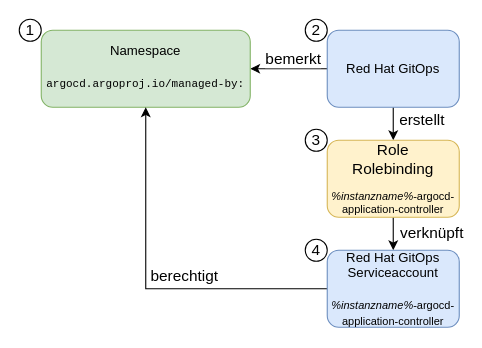
Before: page "Berechtigungsprozess" (2 of 3) of pictures/oneargo.drawio in saschasgit/rh-gitops_and_namespaces, a draw.io diagram. Source tidied: cells renumbered, new cells numbered last; positions are measured from the earlier drawing's top-left corner, leaving out a move shared by most shapes. Both pictures are drawn from the tidied source at 110%, with x=0, y=0 at pixel (19, 19).
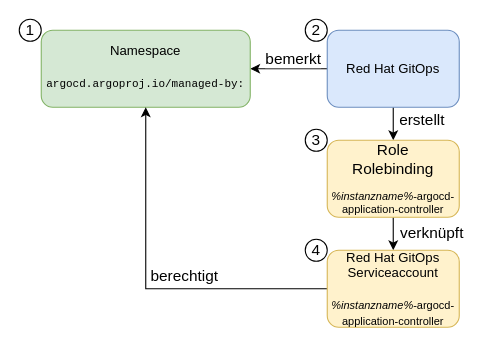
The same diagram, later.

The edit, as a diff of the source:
```diff
@@
-    <mxCell id="13" value="Red Hat GitOps&lt;br&gt;Serviceaccount&lt;br&gt;&lt;br&gt;&lt;i style=&quot;font-size: 10px;&quot;&gt;%instanzname%&lt;/i&gt;&lt;font style=&quot;font-size: 10px;&quot;&gt;-argocd-application-controller&lt;/font&gt;" style="rounded=1;whiteSpace=wrap;html=1;fillColor=#dae8fc;strokeColor=#6c8ebf;verticalAlign=middle;" parent="1" vertex="1">
+    <mxCell id="13" value="Red Hat GitOps&lt;br&gt;Serviceaccount&lt;br&gt;&lt;br&gt;&lt;i style=&quot;font-size: 10px;&quot;&gt;%instanzname%&lt;/i&gt;&lt;font style=&quot;font-size: 10px;&quot;&gt;-argocd-application-controller&lt;/font&gt;" style="rounded=1;whiteSpace=wrap;html=1;fillColor=#fff2cc;strokeColor=#d6b656;verticalAlign=middle;" parent="1" vertex="1">
       <mxGeometry x="280" y="210" width="120" height="70" as="geometry" />
     </mxCell>
```
